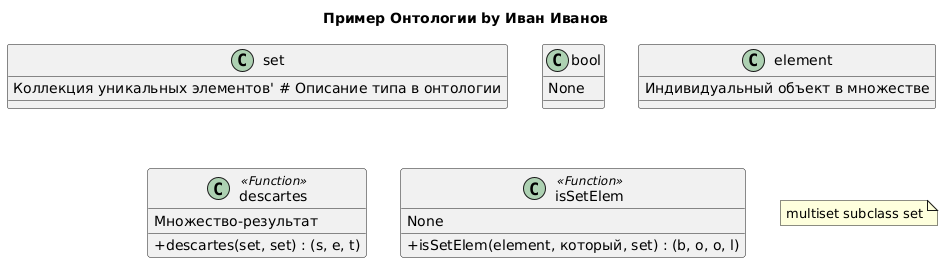
This is examples/test.png from vladimir-skvortsov/ontol, a PlantUML export, as it was before one commit.
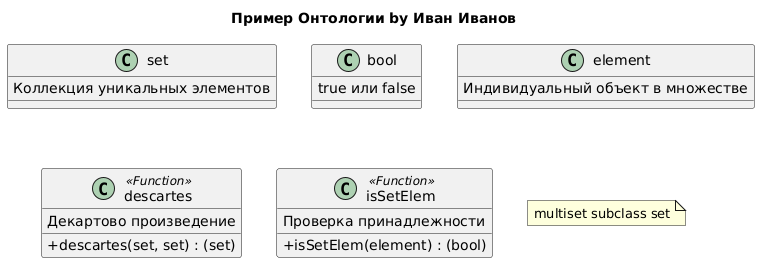
Above is the later version.

Diff of the diagram source:
```diff
@@ -2,21 +2,21 @@
 skinparam classAttributeIconSize 0
 title Пример Онтологии by Иван Иванов
 class set {
-  Коллекция уникальных элементов' # Описание типа в онтологии
+  Коллекция уникальных элементов
 }
 class bool {
-  None
+  true или false
 }
 class element {
   Индивидуальный объект в множестве
 }
 class descartes <<Function>> {
-  +descartes(set, set) : (s, e, t)
-  Множество-результат
+  +descartes(set, set) : (set)
+  Декартово произведение
 }
 class isSetElem <<Function>> {
-  +isSetElem(element, который, set) : (b, o, o, l)
-  None
+  +isSetElem(element) : (bool)
+  Проверка принадлежности
 }
-note "multiset subclass set" as N3627
+note "multiset subclass set" as N3943
 @enduml
```
